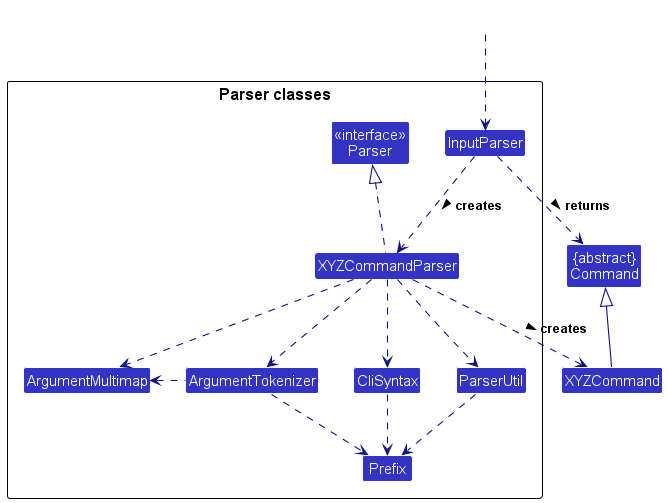
Before: docs/images/ParserClasses.png, a diagram exported from PlantUML (nus-cs2103-AY2324S1/tp). The source it was exported from:
```plantuml
@startuml
!include style.puml
skinparam arrowThickness 1.1
skinparam arrowColor LOGIC_COLOR_T4
skinparam classBackgroundColor LOGIC_COLOR

Class "{abstract}\nCommand" as Command
Class XYZCommand

package "Parser classes"{
Class "<<interface>>\nParser" as Parser
Class InputParser
Class XYZCommandParser
Class CliSyntax
Class ParserUtil
Class ArgumentMultimap
Class ArgumentTokenizer
Class Prefix
}

Class HiddenOutside #FFFFFF
HiddenOutside ..> InputParser


InputParser .down.> XYZCommandParser: creates >

XYZCommandParser ..> XYZCommand : creates >
InputParser ..> Command : returns >
XYZCommandParser .up.|> Parser
XYZCommandParser ..> ArgumentMultimap
XYZCommandParser ..> ArgumentTokenizer
ArgumentTokenizer .left.> ArgumentMultimap
XYZCommandParser ..> CliSyntax
CliSyntax ..> Prefix
XYZCommandParser ..> ParserUtil
ParserUtil .down.> Prefix
ArgumentTokenizer .down.> Prefix
XYZCommand -up-|> Command
@enduml
```
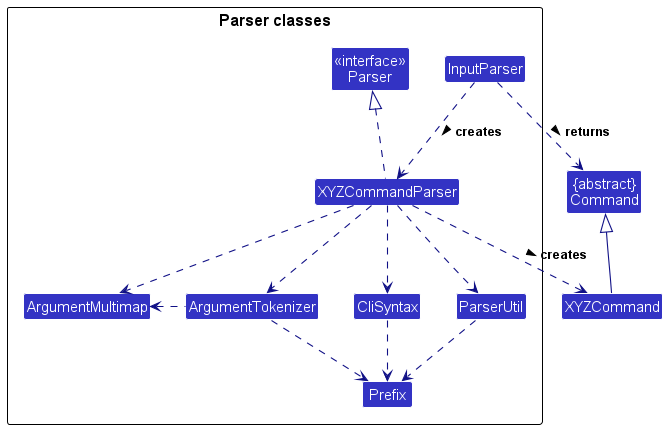
After the commit.

Diff of the diagram source:
```diff
@@ -19,8 +19,6 @@
 }
 
 Class HiddenOutside #FFFFFF
-HiddenOutside ..> InputParser
-
 
 InputParser .down.> XYZCommandParser: creates >
 
```
